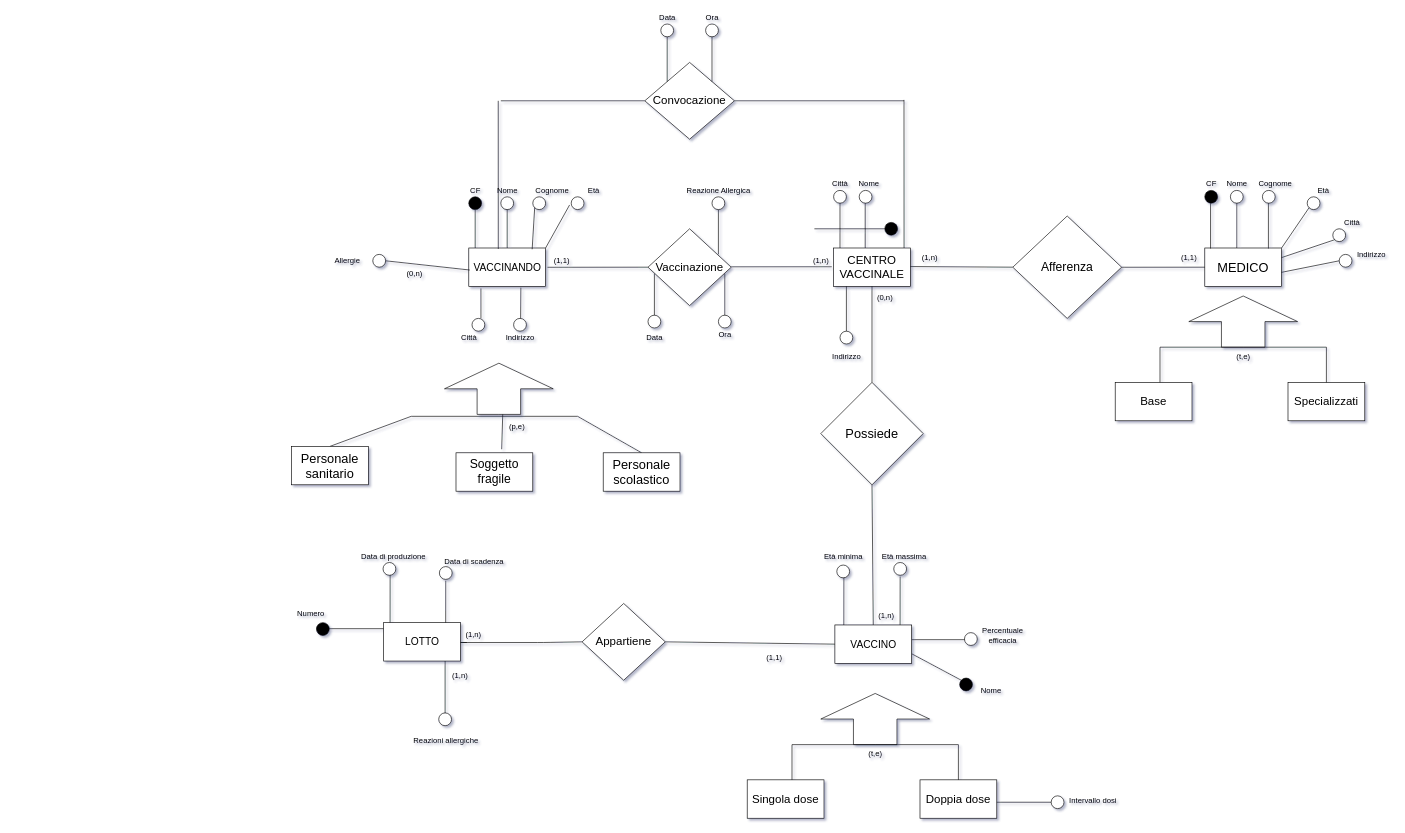
Above: bd/Schema E/R.drawio in shaggyishere/VaccineDatabase (draw.io), before the change. Source tidied: cells renumbered, new cells numbered last; positions are measured from the earlier drawing's top-left corner, leaving out a move shared by most shapes. Both pictures are drawn from the tidied source at 64%, with x=0, y=0 at pixel (291, 11).
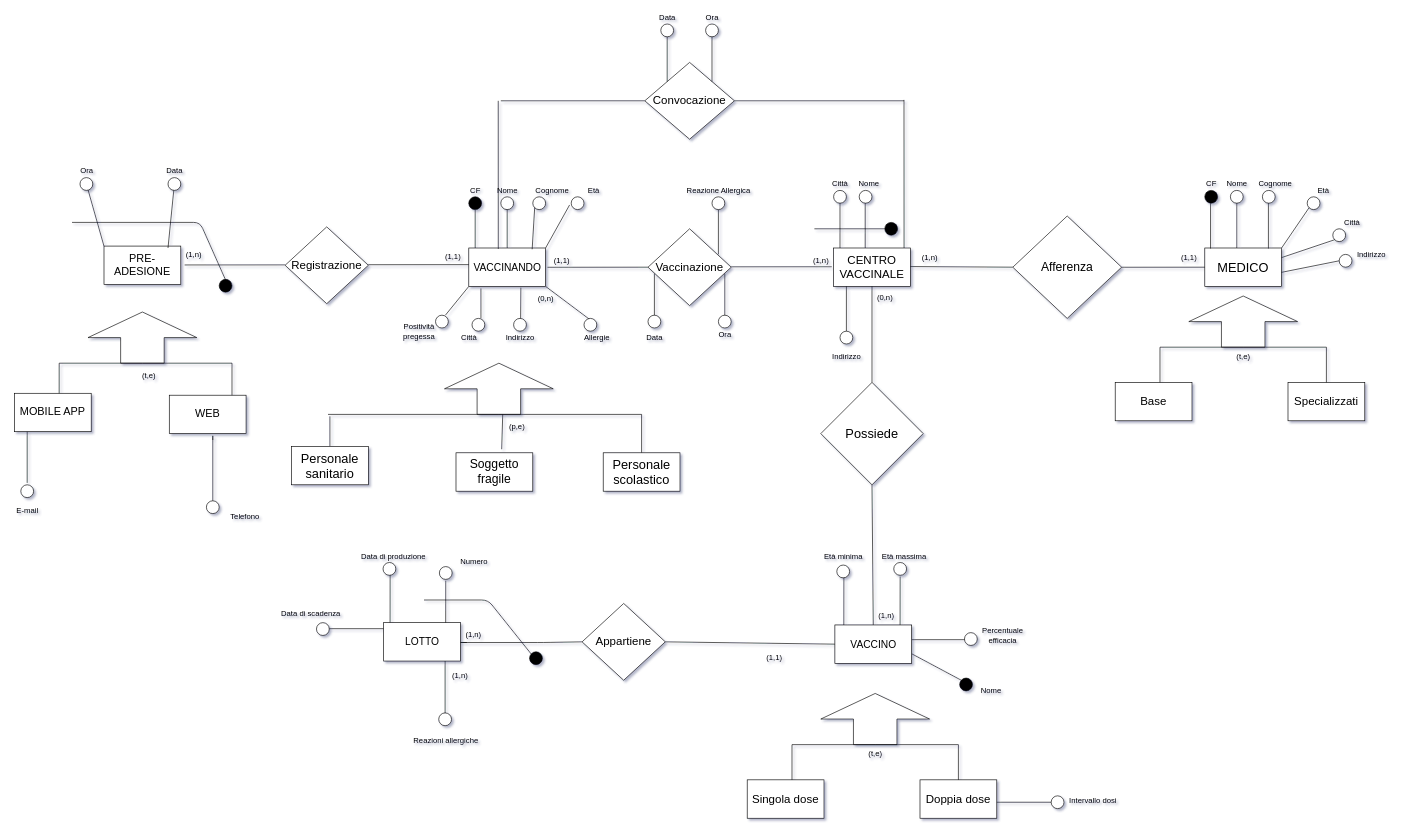
Above is the later version.

Commit message:
Schema E/R sembra mezzo decente

Unchanged cells that the change refers to:
```xml
<mxCell id="2" style="rounded=0;whiteSpace=wrap;html=1;" parent="1" vertex="1">
  <mxGeometry x="277" y="370" width="120" height="60" as="geometry" />
</mxCell>
<mxCell id="3" value="VACCINANDO" style="text;html=1;align=center;verticalAlign=middle;points=[];fillColor=none;strokeColor=none;rounded=0;fontSize=16;" parent="1" vertex="1">
  <mxGeometry x="277" y="390" width="120" height="20" as="geometry" />
</mxCell>
<mxCell id="148" value="&lt;font style=&quot;font-size: 20px&quot;&gt;Personale sanitario&lt;/font&gt;" style="whiteSpace=wrap;html=1;strokeWidth=1;fillColor=#FFFFFF;" parent="1" vertex="1">
  <mxGeometry y="680" width="120" height="60" as="geometry" />
</mxCell>
<mxCell id="149" value="&lt;font style=&quot;font-size: 20px&quot;&gt;Personale scolastico&lt;/font&gt;" style="whiteSpace=wrap;html=1;strokeWidth=1;fillColor=#FFFFFF;" parent="1" vertex="1">
  <mxGeometry x="487" y="690" width="120" height="60" as="geometry" />
</mxCell>
```

The edit, as a diff of the source:
```diff
@@
-    <mxCell id="16" style="endArrow=none;html=1;exitX=0.012;exitY=0.721;exitDx=0;exitDy=0;entryX=1;entryY=0.5;entryDx=0;entryDy=0;exitPerimeter=0;" parent="1" edge="1" source="3" target="17">
+    <mxCell id="16" style="endArrow=none;html=1;exitX=1;exitY=1;exitDx=0;exitDy=0;entryX=1;entryY=0.5;entryDx=0;entryDy=0;" parent="1" edge="1" source="2" target="17">
       <mxGeometry relative="1" as="geometry" />
     </mxCell>
     <mxCell id="17" style="ellipse;whiteSpace=wrap;html=1;strokeWidth=1;" parent="1" vertex="1">
-      <mxGeometry x="127" y="380" width="20" height="20" as="geometry" />
+      <mxGeometry x="457" y="480" width="20" height="20" as="geometry" />
     </mxCell>
     <mxCell id="18" value="&lt;div&gt;Allergie&lt;/div&gt;" style="text;html=1;align=center;verticalAlign=middle;strokeColor=none;" parent="1" vertex="1">
-      <mxGeometry x="57" y="380" width="60" height="20" as="geometry" />
+      <mxGeometry x="447" y="500" width="60" height="20" as="geometry" />
     </mxCell>
     <mxCell id="19" value="(0,n)" style="text;html=1;align=center;verticalAlign=middle;strokeColor=none;" parent="1" vertex="1">
-      <mxGeometry x="172" y="400" width="40" height="20" as="geometry" />
+      <mxGeometry x="377" y="440" width="40" height="20" as="geometry" />
     </mxCell>
@@
-    <mxCell id="128" value="Data di scadenza" style="text;html=1;align=center;verticalAlign=middle;strokeColor=none;" parent="1" vertex="1">
-      <mxGeometry x="234" y="851.8" width="102" height="18" as="geometry" />
+    <mxCell id="128" value="Numero" style="text;html=1;align=center;verticalAlign=middle;strokeColor=none;" parent="1" vertex="1">
+      <mxGeometry x="255" y="850.8" width="60" height="20" as="geometry" />
     </mxCell>
@@
-    <mxCell id="132" style="ellipse;whiteSpace=wrap;html=1;strokeWidth=1;fillColor=#000000;" parent="1" vertex="1">
+    <mxCell id="132" style="ellipse;whiteSpace=wrap;html=1;strokeWidth=1;fillColor=#FFFFFF;" parent="1" vertex="1">
       <mxGeometry x="39" y="955.4" width="20" height="20" as="geometry" />
     </mxCell>
-    <mxCell id="133" value="Numero" style="text;html=1;align=center;verticalAlign=middle;strokeColor=none;" parent="1" vertex="1">
-      <mxGeometry y="931.4" width="60" height="20" as="geometry" />
+    <mxCell id="133" value="Data di scadenza" style="text;html=1;align=center;verticalAlign=middle;strokeColor=none;" parent="1" vertex="1">
+      <mxGeometry x="-25" y="931.4" width="110" height="20" as="geometry" />
     </mxCell>
@@
     <mxCell id="145" style="endArrow=none;html=1;" parent="1" edge="1">
       <mxGeometry relative="1" as="geometry">
-        <mxPoint x="187" y="633" as="sourcePoint" />
-        <mxPoint x="447" y="633" as="targetPoint" />
+        <mxPoint x="57" y="630" as="sourcePoint" />
+        <mxPoint x="547" y="630" as="targetPoint" />
       </mxGeometry>
     </mxCell>
     <mxCell id="146" style="endArrow=none;html=1;exitX=0.5;exitY=0;exitDx=0;exitDy=0;" parent="1" edge="1" source="148">
       <mxGeometry relative="1" as="geometry">
-        <mxPoint x="187" y="633" as="targetPoint" />
+        <mxPoint x="60" y="633" as="targetPoint" />
       </mxGeometry>
     </mxCell>
     <mxCell id="147" style="endArrow=none;html=1;exitX=0.5;exitY=0;exitDx=0;exitDy=0;" parent="1" edge="1" source="149">
       <mxGeometry relative="1" as="geometry">
-        <mxPoint x="447" y="633" as="targetPoint" />
+        <mxPoint x="547" y="630" as="targetPoint" />
       </mxGeometry>
     </mxCell>
@@
+    <mxCell id="152" style="endArrow=none;html=1;" parent="1" edge="1">
+      <mxGeometry relative="1" as="geometry">
+        <mxPoint x="207" y="920" as="sourcePoint" />
+        <mxPoint x="387" y="1020" as="targetPoint" />
+        <Array as="points">
+          <mxPoint x="307" y="920" />
+        </Array>
+      </mxGeometry>
+    </mxCell>
+    <mxCell id="153" style="ellipse;whiteSpace=wrap;html=1;strokeWidth=1;fillColor=#000000;" parent="1" vertex="1">
+      <mxGeometry x="372" y="1001" width="20" height="20" as="geometry" />
+    </mxCell>
+    <mxCell id="154" style="endArrow=none;html=1;exitX=1.024;exitY=0.507;exitDx=0;exitDy=0;exitPerimeter=0;" parent="1" edge="1">
+      <mxGeometry relative="1" as="geometry">
+        <mxPoint x="119.9" y="396.1" as="sourcePoint" />
+        <mxPoint x="277" y="396" as="targetPoint" />
+      </mxGeometry>
+    </mxCell>
+    <mxCell id="155" style="endArrow=none;html=1;entryX=0;entryY=1;entryDx=0;entryDy=0;" parent="1" edge="1" target="2">
+      <mxGeometry relative="1" as="geometry">
+        <mxPoint x="240.4" y="475" as="sourcePoint" />
+      </mxGeometry>
+    </mxCell>
+    <mxCell id="156" style="ellipse;whiteSpace=wrap;html=1;strokeWidth=1;" parent="1" vertex="1">
+      <mxGeometry x="225" y="475" width="20" height="20" as="geometry" />
+    </mxCell>
+    <mxCell id="157" value="&lt;div&gt;Positività &lt;br&gt;&lt;/div&gt;&lt;div&gt;pregessa&lt;/div&gt;" style="text;html=1;align=center;verticalAlign=middle;strokeColor=none;" parent="1" vertex="1">
+      <mxGeometry x="169" y="485" width="60" height="30" as="geometry" />
+    </mxCell>
+    <mxCell id="158" value="&lt;font style=&quot;font-size: 18px&quot;&gt;Registrazione&lt;/font&gt;" style="rhombus;whiteSpace=wrap;html=1;strokeWidth=1;fillColor=#FFFFFF;" parent="1" vertex="1">
+      <mxGeometry x="-10" y="337" width="130" height="120" as="geometry" />
+    </mxCell>
+    <mxCell id="159" style="endArrow=none;html=1;exitX=1.024;exitY=0.507;exitDx=0;exitDy=0;exitPerimeter=0;" parent="1" edge="1">
+      <mxGeometry relative="1" as="geometry">
+        <mxPoint x="-167.1" y="396.5" as="sourcePoint" />
+        <mxPoint x="-10" y="396.4" as="targetPoint" />
+      </mxGeometry>
+    </mxCell>
+    <mxCell id="160" value="&lt;font style=&quot;font-size: 17px&quot;&gt;PRE-ADESIONE&lt;/font&gt;" style="rounded=0;whiteSpace=wrap;html=1;" parent="1" vertex="1">
+      <mxGeometry x="-293" y="367" width="120" height="60" as="geometry" />
+    </mxCell>
+    <mxCell id="161" style="endArrow=none;html=1;exitX=0.669;exitY=0.192;exitDx=0;exitDy=0;exitPerimeter=0;" parent="1" edge="1">
+      <mxGeometry relative="1" as="geometry">
+        <mxPoint x="-193" y="370" as="sourcePoint" />
+        <mxPoint x="-183" y="270" as="targetPoint" />
+      </mxGeometry>
+    </mxCell>
+    <mxCell id="162" style="ellipse;whiteSpace=wrap;html=1;strokeWidth=1;" parent="1" vertex="1">
+      <mxGeometry x="-193" y="260" width="20" height="20" as="geometry" />
+    </mxCell>
+    <mxCell id="163" value="Data " style="text;html=1;align=center;verticalAlign=middle;strokeColor=none;" parent="1" vertex="1">
+      <mxGeometry x="-203" y="240" width="40" height="20" as="geometry" />
+    </mxCell>
+    <mxCell id="164" style="endArrow=none;html=1;exitX=0;exitY=0;exitDx=0;exitDy=0;" parent="1" edge="1">
+      <mxGeometry relative="1" as="geometry">
+        <mxPoint x="-293" y="367" as="sourcePoint" />
+        <mxPoint x="-320.5" y="270" as="targetPoint" />
+      </mxGeometry>
+    </mxCell>
+    <mxCell id="165" style="ellipse;whiteSpace=wrap;html=1;strokeWidth=1;" parent="1" vertex="1">
+      <mxGeometry x="-330.5" y="260" width="20" height="20" as="geometry" />
+    </mxCell>
+    <mxCell id="166" value="Ora" style="text;html=1;align=center;verticalAlign=middle;strokeColor=none;" parent="1" vertex="1">
+      <mxGeometry x="-340.5" y="240" width="40" height="20" as="geometry" />
+    </mxCell>
+    <mxCell id="167" style="ellipse;whiteSpace=wrap;html=1;strokeWidth=1;" parent="1" vertex="1">
+      <mxGeometry x="-423" y="740" width="20" height="20" as="geometry" />
+    </mxCell>
+    <mxCell id="168" style="ellipse;whiteSpace=wrap;html=1;strokeWidth=1;" parent="1" vertex="1">
+      <mxGeometry x="-133" y="765" width="20" height="20" as="geometry" />
+    </mxCell>
+    <mxCell id="169" style="endArrow=none;html=1;exitX=0.5;exitY=0;exitDx=0;exitDy=0;" parent="1" edge="1" source="168">
+      <mxGeometry relative="1" as="geometry">
+        <mxPoint x="-123" y="670" as="targetPoint" />
+        <Array as="points">
+          <mxPoint x="-123" y="660" />
+        </Array>
+      </mxGeometry>
+    </mxCell>
+    <mxCell id="170" style="endArrow=none;html=1;exitX=0.5;exitY=0;exitDx=0;exitDy=0;" parent="1" edge="1">
+      <mxGeometry relative="1" as="geometry">
+        <mxPoint x="-413" y="737" as="sourcePoint" />
+        <mxPoint x="-413" y="650" as="targetPoint" />
+      </mxGeometry>
+    </mxCell>
+    <mxCell id="171" value="E-mail" style="text;html=1;align=center;verticalAlign=middle;strokeColor=none;" parent="1" vertex="1">
+      <mxGeometry x="-438" y="770" width="50" height="20" as="geometry" />
+    </mxCell>
+    <mxCell id="172" value="Telefono" style="text;html=1;align=center;verticalAlign=middle;strokeColor=none;" parent="1" vertex="1">
+      <mxGeometry x="-103" y="780" width="60" height="20" as="geometry" />
+    </mxCell>
+    <mxCell id="173" style="endArrow=none;html=1;" parent="1" edge="1">
+      <mxGeometry relative="1" as="geometry">
+        <mxPoint x="-103" y="420" as="sourcePoint" />
+        <mxPoint x="-343" y="330" as="targetPoint" />
+        <Array as="points">
+          <mxPoint x="-143" y="330" />
+        </Array>
+      </mxGeometry>
+    </mxCell>
+    <mxCell id="174" style="ellipse;whiteSpace=wrap;html=1;strokeWidth=1;fillColor=#000000;" parent="1" vertex="1">
+      <mxGeometry x="-113" y="419" width="20" height="20" as="geometry" />
+    </mxCell>
+    <mxCell id="175" value="(1,1)" style="text;html=1;align=center;verticalAlign=middle;strokeColor=none;" parent="1" vertex="1">
+      <mxGeometry x="232" y="374" width="40" height="20" as="geometry" />
+    </mxCell>
+    <mxCell id="176" value="(1,n)" style="text;html=1;align=center;verticalAlign=middle;strokeColor=none;" parent="1" vertex="1">
+      <mxGeometry x="-173" y="370" width="40" height="20" as="geometry" />
+    </mxCell>
+    <mxCell id="177" style="html=1;shadow=0;dashed=0;align=center;verticalAlign=middle;shape=mxgraph.arrows2.arrow;dy=0.6;dx=40;direction=north;notch=0;strokeWidth=1;fillColor=#FFFFFF;" parent="1" vertex="1">
+      <mxGeometry x="-318" y="470" width="170" height="80" as="geometry" />
+    </mxCell>
+    <mxCell id="178" value="(t,e)" style="text;html=1;align=center;verticalAlign=middle;strokeColor=none;" parent="1" vertex="1">
+      <mxGeometry x="-243" y="560" width="40" height="20" as="geometry" />
+    </mxCell>
+    <mxCell id="179" style="endArrow=none;html=1;" parent="1" edge="1">
+      <mxGeometry relative="1" as="geometry">
+        <mxPoint x="-363" y="550" as="sourcePoint" />
+        <mxPoint x="-93" y="550" as="targetPoint" />
+      </mxGeometry>
+    </mxCell>
+    <mxCell id="180" style="endArrow=none;html=1;" parent="1" edge="1">
+      <mxGeometry relative="1" as="geometry">
+        <mxPoint x="-93" y="610" as="sourcePoint" />
+        <mxPoint x="-93" y="550" as="targetPoint" />
+      </mxGeometry>
+    </mxCell>
+    <mxCell id="181" value="&lt;font style=&quot;font-size: 17px&quot;&gt;WEB&lt;/font&gt;" style="whiteSpace=wrap;html=1;strokeWidth=1;fillColor=#FFFFFF;" parent="1" vertex="1">
+      <mxGeometry x="-191" y="600" width="120" height="60" as="geometry" />
+    </mxCell>
+    <mxCell id="182" style="endArrow=none;html=1;entryX=0.583;entryY=0.029;entryDx=0;entryDy=0;entryPerimeter=0;" parent="1" edge="1" target="183">
+      <mxGeometry relative="1" as="geometry">
+        <mxPoint x="-363" y="550" as="sourcePoint" />
+      </mxGeometry>
+    </mxCell>
+    <mxCell id="183" value="&lt;font style=&quot;font-size: 17px&quot;&gt;MOBILE APP&lt;/font&gt;" style="whiteSpace=wrap;html=1;strokeWidth=1;fillColor=#FFFFFF;" parent="1" vertex="1">
+      <mxGeometry x="-433" y="597" width="120" height="60" as="geometry" />
+    </mxCell>
```
